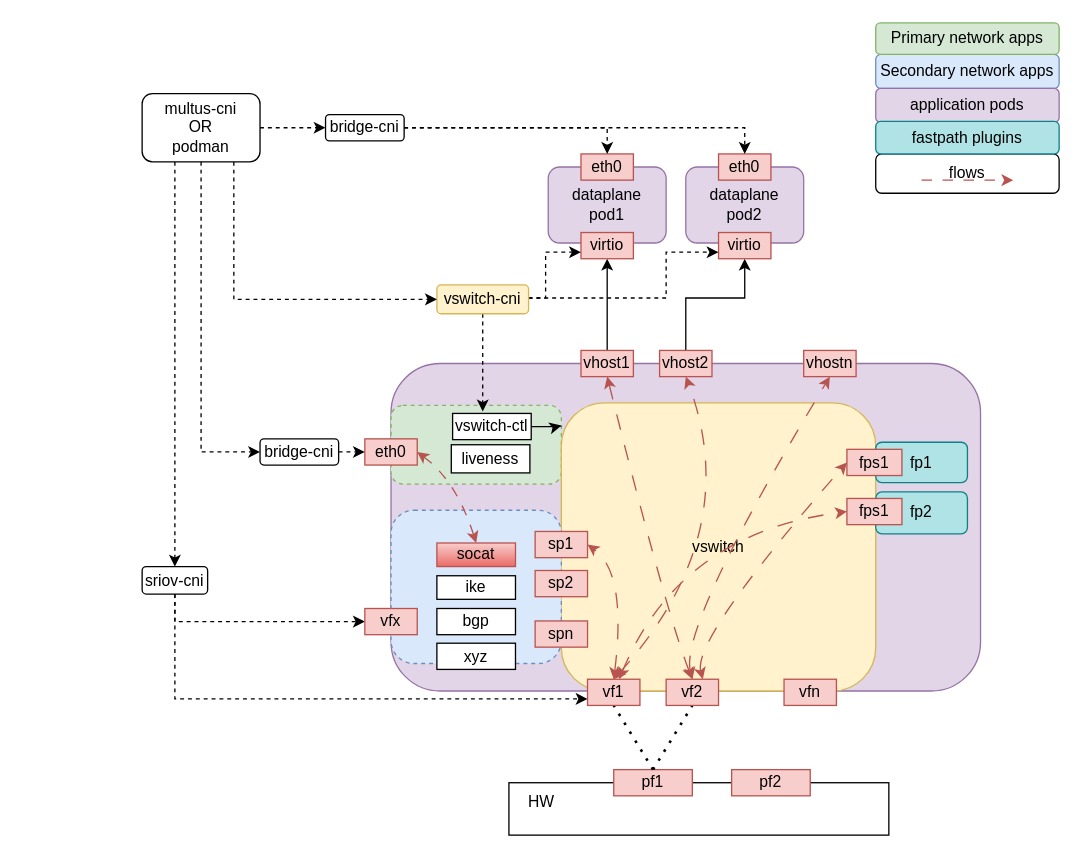
This is vswitch.drawio from sriramy/drawio, a draw.io file, before an edit. Source tidied: cells renumbered, new cells numbered last; positions are measured from the earlier drawing's top-left corner, leaving out a move shared by most shapes. Both pictures are drawn from the tidied source at 131%, with x=0, y=0 at pixel (141, 22).
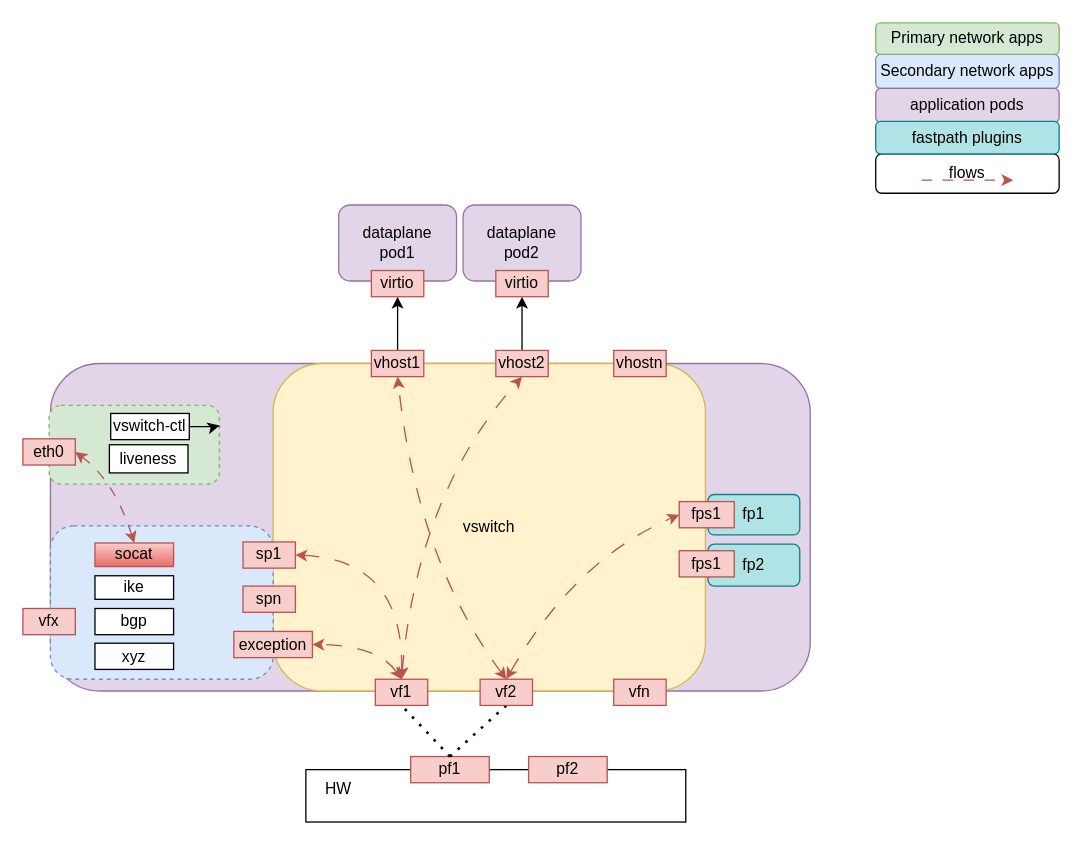
After the change.

The edit, as a diff of the source:
```diff
@@
     <mxCell id="3" style="rounded=1;whiteSpace=wrap;html=1;fillColor=#e1d5e7;strokeColor=#9673a6;" parent="1" vertex="1">
-      <mxGeometry x="190" y="260" width="450" height="250" as="geometry" />
+      <mxGeometry x="-70" y="260" width="580" height="250" as="geometry" />
     </mxCell>
-    <mxCell id="4" style="edgeStyle=orthogonalEdgeStyle;rounded=0;jettySize=auto;html=1;entryX=0.5;entryY=1;entryDx=0;entryDy=0;" parent="1" edge="1" source="5" target="34">
+    <mxCell id="4" style="edgeStyle=orthogonalEdgeStyle;rounded=0;jettySize=auto;html=1;entryX=0.5;entryY=1;entryDx=0;entryDy=0;exitX=0.5;exitY=0;exitDx=0;exitDy=0;" parent="1" edge="1" source="5" target="34">
       <mxGeometry relative="1" as="geometry" />
     </mxCell>
-    <mxCell id="5" value="vhost1" style="rounded=0;whiteSpace=wrap;html=1;fillColor=#f8cecc;strokeColor=#b85450;" parent="1" vertex="1">
-      <mxGeometry x="335" y="250" width="40" height="20" as="geometry" />
-    </mxCell>
     <mxCell id="6" style="edgeStyle=orthogonalEdgeStyle;rounded=0;jettySize=auto;html=1;entryX=0.5;entryY=1;entryDx=0;entryDy=0;" parent="1" edge="1" source="7" target="36">
       <mxGeometry relative="1" as="geometry">
         <Array as="points">
-          <mxPoint x="415" y="210" />
-          <mxPoint x="460" y="210" />
+          <mxPoint x="290" y="260" />
+          <mxPoint x="290" y="180" />
         </Array>
       </mxGeometry>
     </mxCell>
-    <mxCell id="7" value="vhost2" style="rounded=0;whiteSpace=wrap;html=1;fillColor=#f8cecc;strokeColor=#b85450;" parent="1" vertex="1">
-      <mxGeometry x="395" y="250" width="40" height="20" as="geometry" />
-    </mxCell>
-    <mxCell id="8" value="vhostn" style="rounded=0;whiteSpace=wrap;html=1;fillColor=#f8cecc;strokeColor=#b85450;" parent="1" vertex="1">
-      <mxGeometry x="505" y="250" width="40" height="20" as="geometry" />
-    </mxCell>
     <mxCell id="9" style="rounded=0;whiteSpace=wrap;html=1;" parent="1" vertex="1">
-      <mxGeometry x="280" y="580" width="290" height="40" as="geometry" />
+      <mxGeometry x="125" y="570" width="290" height="40" as="geometry" />
     </mxCell>
     <mxCell id="10" value="HW" style="text;html=1;strokeColor=none;fillColor=none;align=center;verticalAlign=middle;whiteSpace=wrap;rounded=0;" parent="1" vertex="1">
-      <mxGeometry x="275" y="580" width="60" height="30" as="geometry" />
+      <mxGeometry x="120" y="570" width="60" height="30" as="geometry" />
     </mxCell>
     <mxCell id="11" value="pf1" style="rounded=0;whiteSpace=wrap;html=1;fillColor=#f8cecc;strokeColor=#b85450;" parent="1" vertex="1">
-      <mxGeometry x="360" y="570" width="60" height="20" as="geometry" />
+      <mxGeometry x="205" y="560" width="60" height="20" as="geometry" />
     </mxCell>
     <mxCell id="12" value="pf2" style="rounded=0;whiteSpace=wrap;html=1;fillColor=#f8cecc;strokeColor=#b85450;" parent="1" vertex="1">
-      <mxGeometry x="450" y="570" width="60" height="20" as="geometry" />
+      <mxGeometry x="295" y="560" width="60" height="20" as="geometry" />
     </mxCell>
@@
     <mxCell id="15" style="rounded=1;whiteSpace=wrap;html=1;dashed=1;fillColor=#d5e8d4;strokeColor=#82b366;" parent="1" vertex="1">
-      <mxGeometry x="190" y="292" width="130" height="60" as="geometry" />
+      <mxGeometry x="-71" y="292" width="130" height="60" as="geometry" />
     </mxCell>
     <mxCell id="16" value="vswitch" style="rounded=1;whiteSpace=wrap;html=1;fillColor=#fff2cc;strokeColor=#d6b656;" parent="1" vertex="1">
-      <mxGeometry x="320" y="290" width="240" height="220" as="geometry" />
+      <mxGeometry x="100" y="260" width="330" height="250" as="geometry" />
     </mxCell>
     <mxCell id="17" style="rounded=1;whiteSpace=wrap;html=1;dashed=1;fillColor=#dae8fc;strokeColor=#6c8ebf;" parent="1" vertex="1">
-      <mxGeometry x="190" y="372" width="130" height="117" as="geometry" />
+      <mxGeometry x="-70" y="384" width="170" height="117" as="geometry" />
     </mxCell>
     <mxCell id="18" value="ike" style="rounded=0;whiteSpace=wrap;html=1;" parent="1" vertex="1">
-      <mxGeometry x="225" y="422" width="60" height="18" as="geometry" />
+      <mxGeometry x="-36" y="422" width="60" height="18" as="geometry" />
     </mxCell>
     <mxCell id="19" value="bgp" style="rounded=0;whiteSpace=wrap;html=1;" parent="1" vertex="1">
-      <mxGeometry x="225" y="447" width="60" height="20" as="geometry" />
+      <mxGeometry x="-36" y="447" width="60" height="20" as="geometry" />
     </mxCell>
-    <mxCell id="20" style="edgeStyle=orthogonalEdgeStyle;rounded=0;jettySize=auto;html=1;entryX=0;entryY=0.079;entryDx=0;entryDy=0;entryPerimeter=0;" parent="1" edge="1" source="21" target="16">
-      <mxGeometry relative="1" as="geometry" />
+    <mxCell id="20" style="edgeStyle=orthogonalEdgeStyle;rounded=0;jettySize=auto;html=1;entryX=0;entryY=0.079;entryDx=0;entryDy=0;entryPerimeter=0;" parent="1" edge="1" source="21">
+      <mxGeometry relative="1" as="geometry">
+        <mxPoint x="59" y="307.4" as="targetPoint" />
+      </mxGeometry>
     </mxCell>
     <mxCell id="21" value="vswitch-ctl" style="rounded=0;whiteSpace=wrap;html=1;" parent="1" vertex="1">
-      <mxGeometry x="237" y="298.1" width="60" height="20" as="geometry" />
+      <mxGeometry x="-24" y="298.1" width="60" height="20" as="geometry" />
     </mxCell>
@@
     <mxCell id="24" value="sp1" style="rounded=0;whiteSpace=wrap;html=1;fillColor=#f8cecc;strokeColor=#b85450;" parent="1" vertex="1">
-      <mxGeometry x="300" y="388.2" width="40" height="20" as="geometry" />
+      <mxGeometry x="77" y="396.2" width="40" height="20" as="geometry" />
     </mxCell>
-    <mxCell id="25" value="sp2" style="rounded=0;whiteSpace=wrap;html=1;fillColor=#f8cecc;strokeColor=#b85450;" parent="1" vertex="1">
-      <mxGeometry x="300" y="418" width="40" height="20" as="geometry" />
-    </mxCell>
-    <mxCell id="26" value="spn" style="rounded=0;whiteSpace=wrap;html=1;fillColor=#f8cecc;strokeColor=#b85450;" parent="1" vertex="1">
-      <mxGeometry x="300" y="456.5" width="40" height="20" as="geometry" />
+    <mxCell id="26" value="exception" style="rounded=0;whiteSpace=wrap;html=1;fillColor=#f8cecc;strokeColor=#b85450;" parent="1" vertex="1">
+      <mxGeometry x="70" y="464.5" width="60" height="20" as="geometry" />
     </mxCell>
     <mxCell id="27" value="eth0" style="rounded=0;whiteSpace=wrap;html=1;fillColor=#f8cecc;strokeColor=#b85450;" parent="1" vertex="1">
-      <mxGeometry x="170" y="317.5" width="40" height="20" as="geometry" />
+      <mxGeometry x="-91" y="317.5" width="40" height="20" as="geometry" />
     </mxCell>
     <mxCell id="28" value="vf1" style="rounded=0;whiteSpace=wrap;html=1;fillColor=#f8cecc;strokeColor=#b85450;" parent="1" vertex="1">
-      <mxGeometry x="340" y="501" width="40" height="20" as="geometry" />
+      <mxGeometry x="178" y="501" width="40" height="20" as="geometry" />
     </mxCell>
     <mxCell id="29" value="liveness" style="rounded=0;whiteSpace=wrap;html=1;" parent="1" vertex="1">
-      <mxGeometry x="236" y="322" width="60" height="21.5" as="geometry" />
+      <mxGeometry x="-25" y="322" width="60" height="21.5" as="geometry" />
     </mxCell>
     <mxCell id="30" style="curved=1;endArrow=classic;html=1;rounded=0;exitX=0.5;exitY=0;exitDx=0;exitDy=0;entryX=0.5;entryY=1;entryDx=0;entryDy=0;dashed=1;dashPattern=12 12;fillColor=#f8cecc;strokeColor=#b85450;startArrow=classic;startFill=1;" parent="1" edge="1" source="28" target="7">
       <mxGeometry relative="1" as="geometry">
         <Array as="points">
-          <mxPoint x="460" y="390" />
+          <mxPoint x="210" y="360" />
         </Array>
       </mxGeometry>
     </mxCell>
-    <mxCell id="31" style="curved=1;endArrow=classic;html=1;rounded=0;exitX=0.5;exitY=0;exitDx=0;exitDy=0;entryX=1;entryY=0.5;entryDx=0;entryDy=0;dashed=1;dashPattern=12 12;fillColor=#f8cecc;strokeColor=#b85450;startArrow=classic;startFill=1;" parent="1" edge="1" source="28" target="24">
+    <mxCell id="31" style="curved=1;endArrow=classic;html=1;rounded=0;exitX=0.5;exitY=0;exitDx=0;exitDy=0;dashed=1;dashPattern=12 12;fillColor=#f8cecc;strokeColor=#b85450;startArrow=classic;startFill=1;entryX=1;entryY=0.5;entryDx=0;entryDy=0;" parent="1" edge="1" source="28" target="24">
       <mxGeometry relative="1" as="geometry">
         <Array as="points">
-          <mxPoint x="370" y="420" />
+          <mxPoint x="200" y="410" />
         </Array>
       </mxGeometry>
     </mxCell>
     <mxCell id="32" style="curved=1;endArrow=classic;html=1;rounded=0;exitX=0.5;exitY=0;exitDx=0;exitDy=0;entryX=0.5;entryY=1;entryDx=0;entryDy=0;dashed=1;dashPattern=12 12;fillColor=#f8cecc;strokeColor=#b85450;startArrow=classic;startFill=1;" parent="1" edge="1" source="52" target="5">
       <mxGeometry relative="1" as="geometry">
         <Array as="points">
-          <mxPoint x="400" y="450" />
+          <mxPoint x="210" y="410" />
         </Array>
       </mxGeometry>
     </mxCell>
     <mxCell id="33" value="dataplane&lt;br&gt;pod1" style="rounded=1;whiteSpace=wrap;html=1;fillColor=#e1d5e7;strokeColor=#9673a6;" parent="1" vertex="1">
-      <mxGeometry x="310" y="110" width="90" height="58" as="geometry" />
+      <mxGeometry x="150" y="139" width="90" height="58" as="geometry" />
     </mxCell>
     <mxCell id="34" value="virtio" style="rounded=0;whiteSpace=wrap;html=1;fillColor=#f8cecc;strokeColor=#b85450;" parent="1" vertex="1">
-      <mxGeometry x="335" y="160" width="40" height="20" as="geometry" />
+      <mxGeometry x="175" y="189" width="40" height="20" as="geometry" />
     </mxCell>
     <mxCell id="35" value="dataplane&lt;br&gt;pod2" style="rounded=1;whiteSpace=wrap;html=1;fillColor=#e1d5e7;strokeColor=#9673a6;" parent="1" vertex="1">
-      <mxGeometry x="415" y="110" width="90" height="58" as="geometry" />
+      <mxGeometry x="245" y="139" width="90" height="58" as="geometry" />
     </mxCell>
     <mxCell id="36" value="virtio" style="rounded=0;whiteSpace=wrap;html=1;fillColor=#f8cecc;strokeColor=#b85450;" parent="1" vertex="1">
-      <mxGeometry x="440" y="160" width="40" height="20" as="geometry" />
+      <mxGeometry x="270" y="189" width="40" height="20" as="geometry" />
     </mxCell>
@@
-    <mxCell id="38" style="curved=1;endArrow=classic;html=1;rounded=0;exitX=0.5;exitY=0;exitDx=0;exitDy=0;entryX=0.5;entryY=1;entryDx=0;entryDy=0;dashed=1;dashPattern=12 12;fillColor=#f8cecc;strokeColor=#b85450;startArrow=classic;startFill=1;" parent="1" edge="1" source="52" target="8">
-      <mxGeometry relative="1" as="geometry">
-        <Array as="points">
-          <mxPoint x="410" y="460" />
-        </Array>
-      </mxGeometry>
-    </mxCell>
@@
-    <mxCell id="40" style="edgeStyle=orthogonalEdgeStyle;rounded=0;jettySize=auto;html=1;entryX=0;entryY=0.75;entryDx=0;entryDy=0;fillColor=#fff2cc;strokeColor=#000000;dashed=1;" parent="1" edge="1" source="43" target="34">
-      <mxGeometry relative="1" as="geometry">
-        <Array as="points">
-          <mxPoint x="308" y="210" />
-          <mxPoint x="308" y="175" />
-        </Array>
-      </mxGeometry>
-    </mxCell>
-    <mxCell id="41" style="edgeStyle=orthogonalEdgeStyle;rounded=0;jettySize=auto;html=1;entryX=0.383;entryY=-0.075;entryDx=0;entryDy=0;fillColor=#fff2cc;strokeColor=#000000;dashed=1;exitX=0.5;exitY=1;exitDx=0;exitDy=0;entryPerimeter=0;" parent="1" edge="1" source="43" target="21">
-      <mxGeometry relative="1" as="geometry" />
-    </mxCell>
-    <mxCell id="42" style="edgeStyle=orthogonalEdgeStyle;rounded=0;jettySize=auto;html=1;entryX=0;entryY=0.75;entryDx=0;entryDy=0;dashed=1;" parent="1" edge="1" source="43" target="36">
-      <mxGeometry relative="1" as="geometry">
-        <Array as="points">
-          <mxPoint x="400" y="210" />
-          <mxPoint x="400" y="175" />
-        </Array>
-      </mxGeometry>
-    </mxCell>
-    <mxCell id="43" value="vswitch-cni" style="rounded=1;whiteSpace=wrap;html=1;fillColor=#fff2cc;strokeColor=#d6b656;" parent="1" vertex="1">
-      <mxGeometry x="225" y="200" width="70" height="22" as="geometry" />
-    </mxCell>
-    <mxCell id="44" style="edgeStyle=orthogonalEdgeStyle;rounded=0;jettySize=auto;html=1;entryX=0;entryY=0.5;entryDx=0;entryDy=0;dashed=1;exitX=1;exitY=0.5;exitDx=0;exitDy=0;" parent="1" edge="1" source="56" target="27">
-      <mxGeometry relative="1" as="geometry" />
-    </mxCell>
-    <mxCell id="45" style="edgeStyle=orthogonalEdgeStyle;rounded=0;jettySize=auto;html=1;entryX=0.5;entryY=0;entryDx=0;entryDy=0;dashed=1;" parent="1" edge="1" source="48" target="50">
-      <mxGeometry relative="1" as="geometry">
-        <Array as="points">
-          <mxPoint x="25" y="250" />
-          <mxPoint x="25" y="250" />
-        </Array>
-      </mxGeometry>
-    </mxCell>
-    <mxCell id="46" style="edgeStyle=orthogonalEdgeStyle;rounded=0;jettySize=auto;html=1;entryX=0;entryY=0.5;entryDx=0;entryDy=0;dashed=1;" parent="1" edge="1" source="48" target="60">
-      <mxGeometry relative="1" as="geometry" />
-    </mxCell>
-    <mxCell id="47" style="edgeStyle=orthogonalEdgeStyle;rounded=0;jettySize=auto;html=1;entryX=0;entryY=0.5;entryDx=0;entryDy=0;dashed=1;" parent="1" edge="1" source="48" target="43">
-      <mxGeometry relative="1" as="geometry">
-        <Array as="points">
-          <mxPoint x="70" y="211" />
-        </Array>
-      </mxGeometry>
-    </mxCell>
-    <mxCell id="48" value="multus-cni&lt;br&gt;OR&lt;br&gt;podman" style="rounded=1;whiteSpace=wrap;html=1;" parent="1" vertex="1">
-      <mxGeometry y="54" width="90" height="52" as="geometry" />
-    </mxCell>
-    <mxCell id="49" style="edgeStyle=orthogonalEdgeStyle;rounded=0;jettySize=auto;html=1;entryX=0;entryY=0.75;entryDx=0;entryDy=0;dashed=1;" parent="1" edge="1" source="50" target="28">
-      <mxGeometry relative="1" as="geometry">
-        <Array as="points">
-          <mxPoint x="25" y="516" />
-        </Array>
-      </mxGeometry>
-    </mxCell>
-    <mxCell id="50" value="sriov-cni" style="rounded=1;whiteSpace=wrap;html=1;" parent="1" vertex="1">
-      <mxGeometry y="415" width="50" height="21" as="geometry" />
-    </mxCell>
     <mxCell id="51" value="vfn" style="rounded=0;whiteSpace=wrap;html=1;fillColor=#f8cecc;strokeColor=#b85450;" parent="1" vertex="1">
-      <mxGeometry x="490" y="501" width="40" height="20" as="geometry" />
+      <mxGeometry x="360" y="501" width="40" height="20" as="geometry" />
     </mxCell>
     <mxCell id="52" value="vf2" style="rounded=0;whiteSpace=wrap;html=1;fillColor=#f8cecc;strokeColor=#b85450;" parent="1" vertex="1">
-      <mxGeometry x="400" y="501" width="40" height="20" as="geometry" />
+      <mxGeometry x="258" y="501" width="40" height="20" as="geometry" />
     </mxCell>
     <mxCell id="53" value="socat" style="rounded=0;whiteSpace=wrap;html=1;fillColor=#f8cecc;strokeColor=#b85450;gradientColor=#ea6b66;" parent="1" vertex="1">
-      <mxGeometry x="225" y="397" width="60" height="18" as="geometry" />
+      <mxGeometry x="-36" y="397" width="60" height="18" as="geometry" />
     </mxCell>
-    <mxCell id="54" value="eth0" style="rounded=0;whiteSpace=wrap;html=1;fillColor=#f8cecc;strokeColor=#b85450;" parent="1" vertex="1">
-      <mxGeometry x="335" y="100" width="40" height="20" as="geometry" />
-    </mxCell>
-    <mxCell id="55" style="edgeStyle=orthogonalEdgeStyle;rounded=0;jettySize=auto;html=1;entryX=0;entryY=0.5;entryDx=0;entryDy=0;dashed=1;exitX=0.5;exitY=1;exitDx=0;exitDy=0;" parent="1" edge="1" source="48" target="56">
-      <mxGeometry relative="1" as="geometry" />
-    </mxCell>
-    <mxCell id="56" value="bridge-cni" style="rounded=1;whiteSpace=wrap;html=1;" parent="1" vertex="1">
-      <mxGeometry x="90" y="317.5" width="60" height="20" as="geometry" />
-    </mxCell>
-    <mxCell id="57" value="eth0" style="rounded=0;whiteSpace=wrap;html=1;fillColor=#f8cecc;strokeColor=#b85450;" parent="1" vertex="1">
-      <mxGeometry x="440" y="100" width="40" height="20" as="geometry" />
-    </mxCell>
-    <mxCell id="58" style="edgeStyle=orthogonalEdgeStyle;rounded=0;jettySize=auto;html=1;entryX=0.5;entryY=0;entryDx=0;entryDy=0;dashed=1;" parent="1" edge="1" source="60" target="54">
-      <mxGeometry relative="1" as="geometry" />
-    </mxCell>
-    <mxCell id="59" style="edgeStyle=orthogonalEdgeStyle;rounded=0;jettySize=auto;html=1;entryX=0.5;entryY=0;entryDx=0;entryDy=0;dashed=1;" parent="1" edge="1" source="60" target="57">
-      <mxGeometry relative="1" as="geometry" />
-    </mxCell>
-    <mxCell id="60" value="bridge-cni" style="rounded=1;whiteSpace=wrap;html=1;" parent="1" vertex="1">
-      <mxGeometry x="140" y="70" width="60" height="20" as="geometry" />
-    </mxCell>
     <mxCell id="61" value="fp1" style="rounded=1;whiteSpace=wrap;html=1;fillColor=#b0e3e6;strokeColor=#0e8088;" parent="1" vertex="1">
-      <mxGeometry x="560" y="320.1" width="70" height="30.8" as="geometry" />
+      <mxGeometry x="432" y="360" width="70" height="30.8" as="geometry" />
     </mxCell>
     <mxCell id="62" value="fp2" style="rounded=1;whiteSpace=wrap;html=1;fillColor=#b0e3e6;strokeColor=#0e8088;" parent="1" vertex="1">
-      <mxGeometry x="560" y="358" width="70" height="32" as="geometry" />
+      <mxGeometry x="432" y="397.9" width="70" height="32" as="geometry" />
     </mxCell>
     <mxCell id="63" value="fps1" style="rounded=0;whiteSpace=wrap;html=1;fillColor=#f8cecc;strokeColor=#b85450;" parent="1" vertex="1">
-      <mxGeometry x="538" y="325.5" width="42" height="20" as="geometry" />
+      <mxGeometry x="410" y="365.4" width="42" height="20" as="geometry" />
     </mxCell>
     <mxCell id="64" value="fps1" style="rounded=0;whiteSpace=wrap;html=1;fillColor=#f8cecc;strokeColor=#b85450;" parent="1" vertex="1">
-      <mxGeometry x="538" y="363" width="42" height="20" as="geometry" />
+      <mxGeometry x="410" y="402.9" width="42" height="20" as="geometry" />
     </mxCell>
-    <mxCell id="65" style="curved=1;endArrow=classic;html=1;rounded=0;exitX=0.45;exitY=-0.5;exitDx=0;exitDy=0;entryX=0;entryY=0.5;entryDx=0;entryDy=0;dashed=1;dashPattern=12 12;fillColor=#f8cecc;strokeColor=#b85450;exitPerimeter=0;startArrow=classic;startFill=1;" parent="1" edge="1" target="63">
+    <mxCell id="65" style="curved=1;endArrow=classic;html=1;rounded=0;exitX=0.5;exitY=0;exitDx=0;exitDy=0;entryX=0;entryY=0.5;entryDx=0;entryDy=0;dashed=1;dashPattern=12 12;fillColor=#f8cecc;strokeColor=#b85450;startArrow=classic;startFill=1;" parent="1" edge="1" source="52" target="63">
       <mxGeometry relative="1" as="geometry">
-        <mxPoint x="428" y="501" as="sourcePoint" />
         <Array as="points">
-          <mxPoint x="420" y="470" />
+          <mxPoint x="330" y="410" />
         </Array>
       </mxGeometry>
     </mxCell>
@@
-    <mxCell id="67" style="curved=1;endArrow=classic;html=1;rounded=0;entryX=0;entryY=0.5;entryDx=0;entryDy=0;dashed=1;dashPattern=12 12;fillColor=#f8cecc;strokeColor=#b85450;startArrow=classic;startFill=1;" parent="1" edge="1" source="28" target="64">
-      <mxGeometry relative="1" as="geometry">
-        <Array as="points">
-          <mxPoint x="410" y="390" />
-        </Array>
-      </mxGeometry>
-    </mxCell>
     <mxCell id="68" value="xyz" style="rounded=0;whiteSpace=wrap;html=1;" parent="1" vertex="1">
-      <mxGeometry x="225" y="473.5" width="60" height="20" as="geometry" />
+      <mxGeometry x="-36" y="473.5" width="60" height="20" as="geometry" />
     </mxCell>
     <mxCell id="69" style="curved=1;endArrow=classic;html=1;rounded=0;entryX=1;entryY=0.5;entryDx=0;entryDy=0;exitX=0.5;exitY=0;exitDx=0;exitDy=0;startArrow=classic;startFill=1;dashed=1;dashPattern=8 8;fillColor=#f8cecc;strokeColor=#b85450;" parent="1" edge="1" source="53" target="27">
       <mxGeometry relative="1" as="geometry">
         <Array as="points">
-          <mxPoint x="240" y="350" />
+          <mxPoint x="-21" y="350" />
         </Array>
       </mxGeometry>
     </mxCell>
-    <mxCell id="70" style="edgeStyle=orthogonalEdgeStyle;rounded=0;jettySize=auto;html=1;entryX=0;entryY=0.5;entryDx=0;entryDy=0;dashed=1;exitX=0.5;exitY=1;exitDx=0;exitDy=0;" parent="1" edge="1" source="50" target="71">
-      <mxGeometry relative="1" as="geometry" />
-    </mxCell>
     <mxCell id="71" value="vfx" style="rounded=0;whiteSpace=wrap;html=1;fillColor=#f8cecc;strokeColor=#b85450;" parent="1" vertex="1">
-      <mxGeometry x="170" y="447" width="40" height="20" as="geometry" />
+      <mxGeometry x="-91" y="447" width="40" height="20" as="geometry" />
     </mxCell>
+    <mxCell id="5" value="vhost1" style="rounded=0;whiteSpace=wrap;html=1;fillColor=#f8cecc;strokeColor=#b85450;" parent="1" vertex="1">
+      <mxGeometry x="175" y="250" width="40" height="20" as="geometry" />
+    </mxCell>
+    <mxCell id="7" value="vhost2" style="rounded=0;whiteSpace=wrap;html=1;fillColor=#f8cecc;strokeColor=#b85450;" parent="1" vertex="1">
+      <mxGeometry x="270" y="250" width="40" height="20" as="geometry" />
+    </mxCell>
+    <mxCell id="8" value="vhostn" style="rounded=0;whiteSpace=wrap;html=1;fillColor=#f8cecc;strokeColor=#b85450;" parent="1" vertex="1">
+      <mxGeometry x="360" y="250" width="40" height="20" as="geometry" />
+    </mxCell>
+    <mxCell id="72" value="spn" style="rounded=0;whiteSpace=wrap;html=1;fillColor=#f8cecc;strokeColor=#b85450;" parent="1" vertex="1">
+      <mxGeometry x="77" y="429.9" width="40" height="20" as="geometry" />
+    </mxCell>
+    <mxCell id="73" style="curved=1;endArrow=classic;html=1;rounded=0;exitX=0.5;exitY=0;exitDx=0;exitDy=0;dashed=1;dashPattern=12 12;fillColor=#f8cecc;strokeColor=#b85450;startArrow=classic;startFill=1;entryX=1;entryY=0.5;entryDx=0;entryDy=0;" parent="1" edge="1" source="28" target="26">
+      <mxGeometry relative="1" as="geometry">
+        <Array as="points">
+          <mxPoint x="180" y="475" />
+        </Array>
+      </mxGeometry>
+    </mxCell>
```
